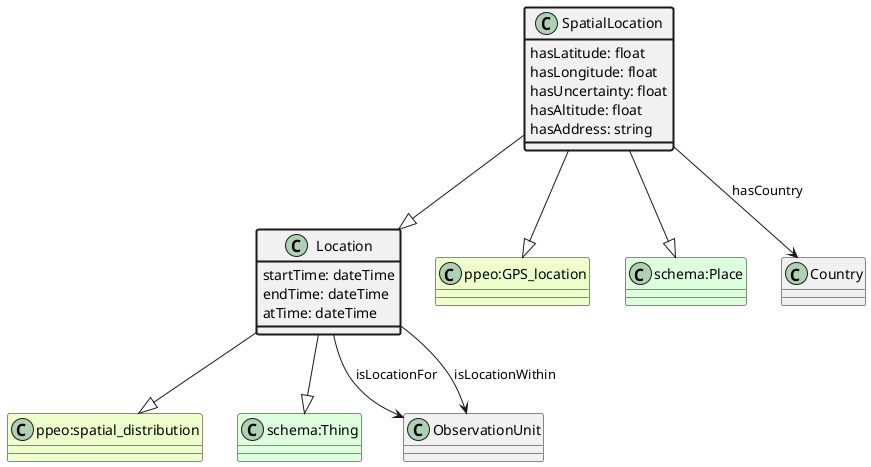
Above: ttl_uml/ttl_appn_SpatialLocation.png in aus-plant-phenomics-network/appn-schema (PlantUML), before the change.
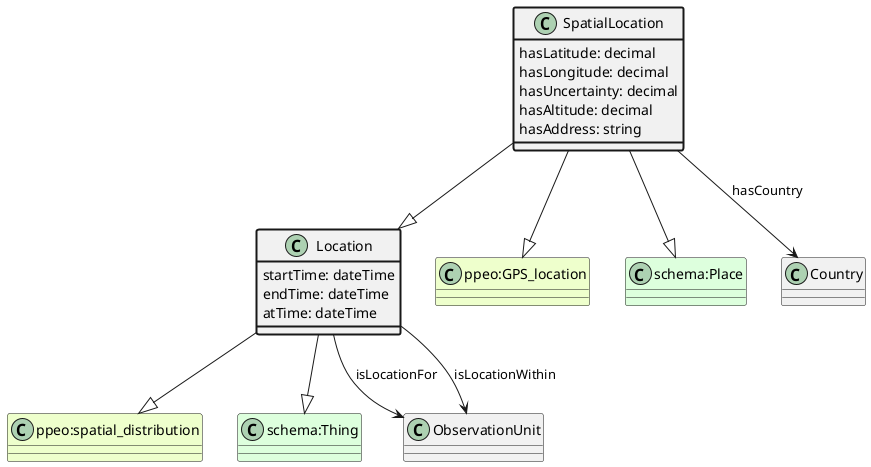
Above is the later version.

What changed in the source:
```diff
@@ -11,16 +11,16 @@
 class "schema:Place" #DDFFDD
 SpatialLocation --|> "schema:Place"
 class SpatialLocation #line.bold {
-    hasLatitude: float
+    hasLatitude: decimal
 }
 class SpatialLocation #line.bold {
-    hasLongitude: float
+    hasLongitude: decimal
 }
 class SpatialLocation #line.bold {
-    hasUncertainty: float
+    hasUncertainty: decimal
 }
 class SpatialLocation #line.bold {
-    hasAltitude: float
+    hasAltitude: decimal
 }
 class Country
 SpatialLocation --> Country : hasCountry
```
